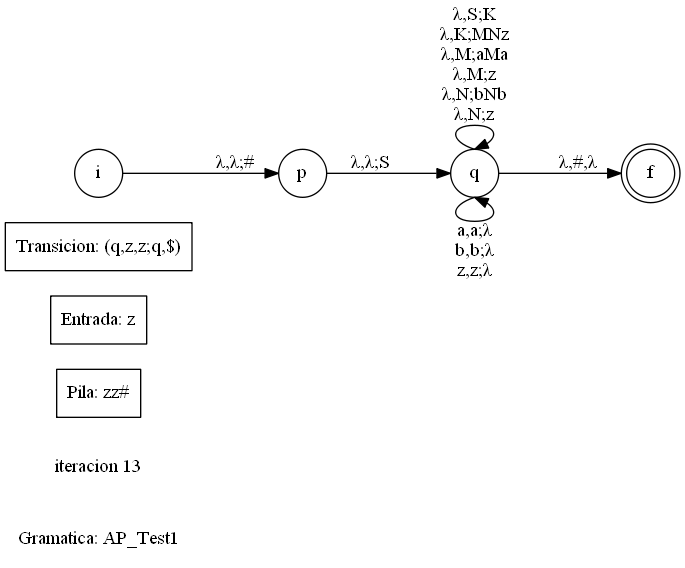
This is Documentacion/Grafica13.dot.png from Agrn96/LFP_Proyecto2_201612174, a Graphviz export, as it was before one commit. Its source is kept beside it as Documentacion/Grafica13.dot.
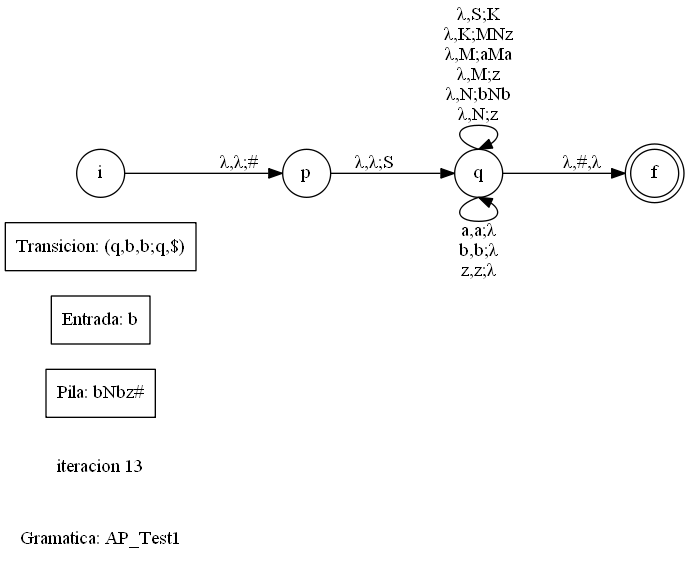
Above is the later version.

Change to the diagram source:
```diff
@@ -5,9 +5,9 @@
 "]
 	it [label="iteracion 13"]
 	node [shape=record]
-	P [label="Pila: zz#"]
-	E [label="Entrada: z"]
-	tran [label="Transicion: (q,z,z;q,$)"]
+	P [label="Pila: bNbz#"]
+	E [label="Entrada: b"]
+	tran [label="Transicion: (q,b,b;q,$)"]
 	node [shape=doublecircle]
 	f
 	node [shape=circle]
```
